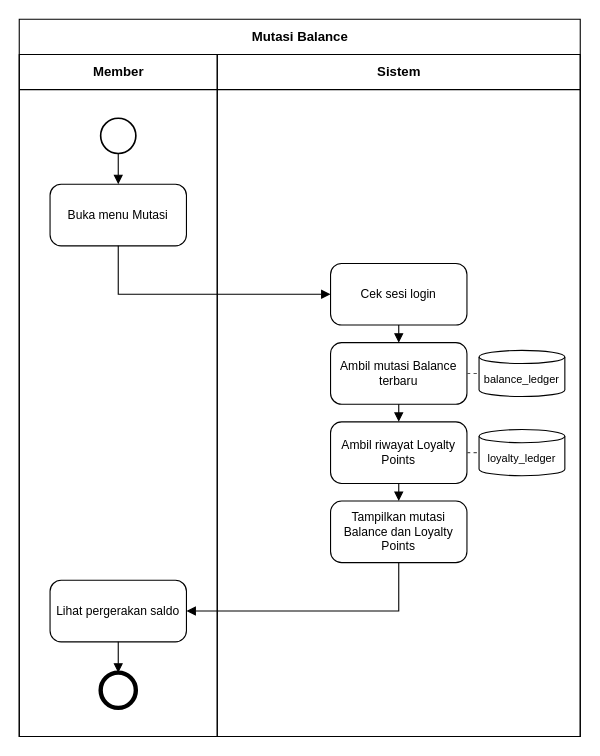
Earlier version of the draw.io diagram page "F-11 FBPMNMutasiBalance" (11 of 14) of docs/skpl/bpmn/BPMN valostock.drawio (balaqiang/valostock). Source tidied: cells renumbered, new cells numbered last; positions are measured from the earlier drawing's top-left corner, leaving out a move shared by most shapes. Both pictures are drawn from the tidied source at 110%, with x=0, y=0 at pixel (19, 19).
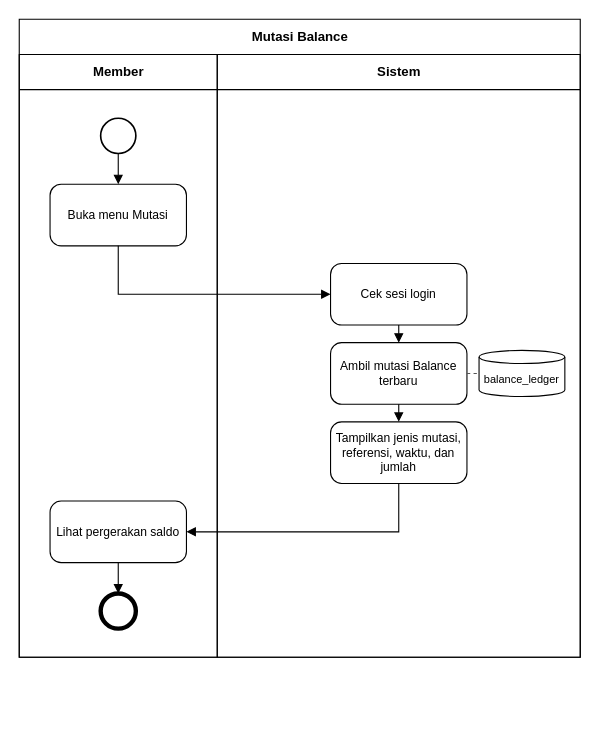
Above is the later version.

Unchanged cells that the change refers to:
```xml
<mxCell id="8" value="Ambil mutasi Balance terbaru" style="rounded=1;whiteSpace=wrap;html=1;arcSize=18;fontSize=11;" parent="1" vertex="1">
  <mxGeometry x="283" y="294" width="124" height="56" as="geometry" />
</mxCell>
```

The edit, as a diff of the source:
```diff
@@
     <mxCell id="2" value="Mutasi Balance" style="swimlane;startSize=32;html=1;fontStyle=1;fillColor=none;" parent="1" vertex="1">
-      <mxGeometry width="510" height="652" as="geometry" />
+      <mxGeometry width="510" height="580" as="geometry" />
     </mxCell>
     <mxCell id="3" value="Member" style="swimlane;startSize=32;html=1;fontStyle=1;fillColor=none;" parent="1" vertex="1">
-      <mxGeometry y="32" width="180" height="620" as="geometry" />
+      <mxGeometry y="32" width="180" height="548" as="geometry" />
     </mxCell>
     <mxCell id="4" value="Sistem" style="swimlane;startSize=32;html=1;fontStyle=1;fillColor=none;" parent="1" vertex="1">
-      <mxGeometry x="180" y="32" width="330" height="620" as="geometry" />
+      <mxGeometry x="180" y="32" width="330" height="548" as="geometry" />
     </mxCell>
@@
-    <mxCell id="10" value="Ambil riwayat Loyalty Points" style="rounded=1;whiteSpace=wrap;html=1;arcSize=18;fontSize=11;" parent="1" vertex="1">
-      <mxGeometry x="283" y="366" width="124" height="56" as="geometry" />
-    </mxCell>
-    <mxCell id="11" value="loyalty_ledger" style="shape=cylinder3;whiteSpace=wrap;html=1;boundedLbl=1;backgroundOutline=1;size=6;fontSize=10;" parent="1" vertex="1">
-      <mxGeometry x="418" y="373" width="78" height="42" as="geometry" />
-    </mxCell>
-    <mxCell id="12" value="Tampilkan mutasi Balance dan Loyalty Points" style="rounded=1;whiteSpace=wrap;html=1;arcSize=18;fontSize=11;" parent="1" vertex="1">
-      <mxGeometry x="283" y="438" width="124" height="56" as="geometry" />
+    <mxCell id="12" value="Tampilkan jenis mutasi, referensi, waktu, dan jumlah" style="rounded=1;whiteSpace=wrap;html=1;arcSize=18;fontSize=11;" parent="1" vertex="1">
+      <mxGeometry x="283" y="366" width="124" height="56" as="geometry" />
     </mxCell>
     <mxCell id="13" value="Lihat pergerakan saldo" style="rounded=1;whiteSpace=wrap;html=1;arcSize=18;fontSize=11;" parent="1" vertex="1">
-      <mxGeometry x="28" y="510" width="124" height="56" as="geometry" />
+      <mxGeometry x="28" y="438" width="124" height="56" as="geometry" />
     </mxCell>
     <mxCell id="14" style="ellipse;html=1;strokeWidth=4;verticalLabelPosition=bottom;verticalAlign=top;fontSize=10;" parent="1" vertex="1">
-      <mxGeometry x="74" y="594" width="32" height="32" as="geometry" />
+      <mxGeometry x="74" y="522" width="32" height="32" as="geometry" />
     </mxCell>
@@
-    <mxCell id="19" style="endArrow=block;endFill=1;edgeStyle=none;rounded=0;html=1;fontStyle=2;fontSize=10;labelBackgroundColor=#ffffff;exitX=0.5;exitY=1;exitDx=0;exitDy=0;entryX=0.5;entryY=0;entryDx=0;entryDy=0;" parent="1" edge="1" source="8" target="10">
-      <mxGeometry relative="1" as="geometry" />
-    </mxCell>
-    <mxCell id="20" style="dashed=1;endArrow=none;strokeColor=#555555;edgeStyle=none;rounded=0;html=1;fontStyle=2;fontSize=10;labelBackgroundColor=#ffffff;exitX=1;exitY=0.5;exitDx=0;exitDy=0;entryX=0;entryY=0.5;entryDx=0;entryDy=0;" parent="1" edge="1" source="10" target="11">
-      <mxGeometry relative="1" as="geometry" />
-    </mxCell>
-    <mxCell id="21" style="endArrow=block;endFill=1;edgeStyle=none;rounded=0;html=1;fontStyle=2;fontSize=10;labelBackgroundColor=#ffffff;exitX=0.5;exitY=1;exitDx=0;exitDy=0;entryX=0.5;entryY=0;entryDx=0;entryDy=0;" parent="1" edge="1" source="10" target="12">
-      <mxGeometry relative="1" as="geometry" />
-    </mxCell>
+    <mxCell id="24" style="endArrow=block;endFill=1;edgeStyle=none;rounded=0;html=1;fontStyle=2;fontSize=10;labelBackgroundColor=#ffffff;exitX=0.5;exitY=1;exitDx=0;exitDy=0;entryX=0.5;entryY=0;entryDx=0;entryDy=0;" parent="1" edge="1" source="8" target="12">
+      <mxGeometry relative="1" as="geometry" />
+    </mxCell>
     <mxCell id="22" style="endArrow=block;endFill=1;edgeStyle=none;rounded=0;html=1;fontStyle=2;fontSize=10;labelBackgroundColor=#ffffff;exitX=0.5;exitY=1;exitDx=0;exitDy=0;entryX=1;entryY=0.5;entryDx=0;entryDy=0;" parent="1" edge="1" source="12" target="13">
       <mxGeometry relative="1" as="geometry">
         <Array as="points">
-          <mxPoint x="345" y="538" />
+          <mxPoint x="345" y="466" />
         </Array>
       </mxGeometry>
     </mxCell>
```
